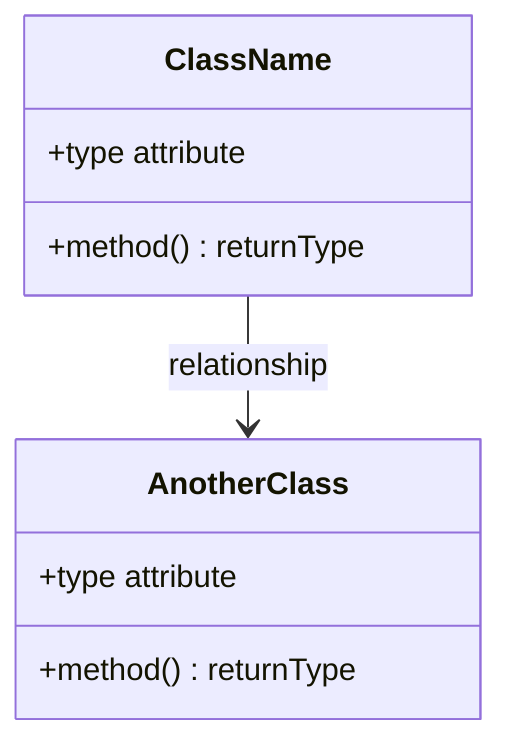
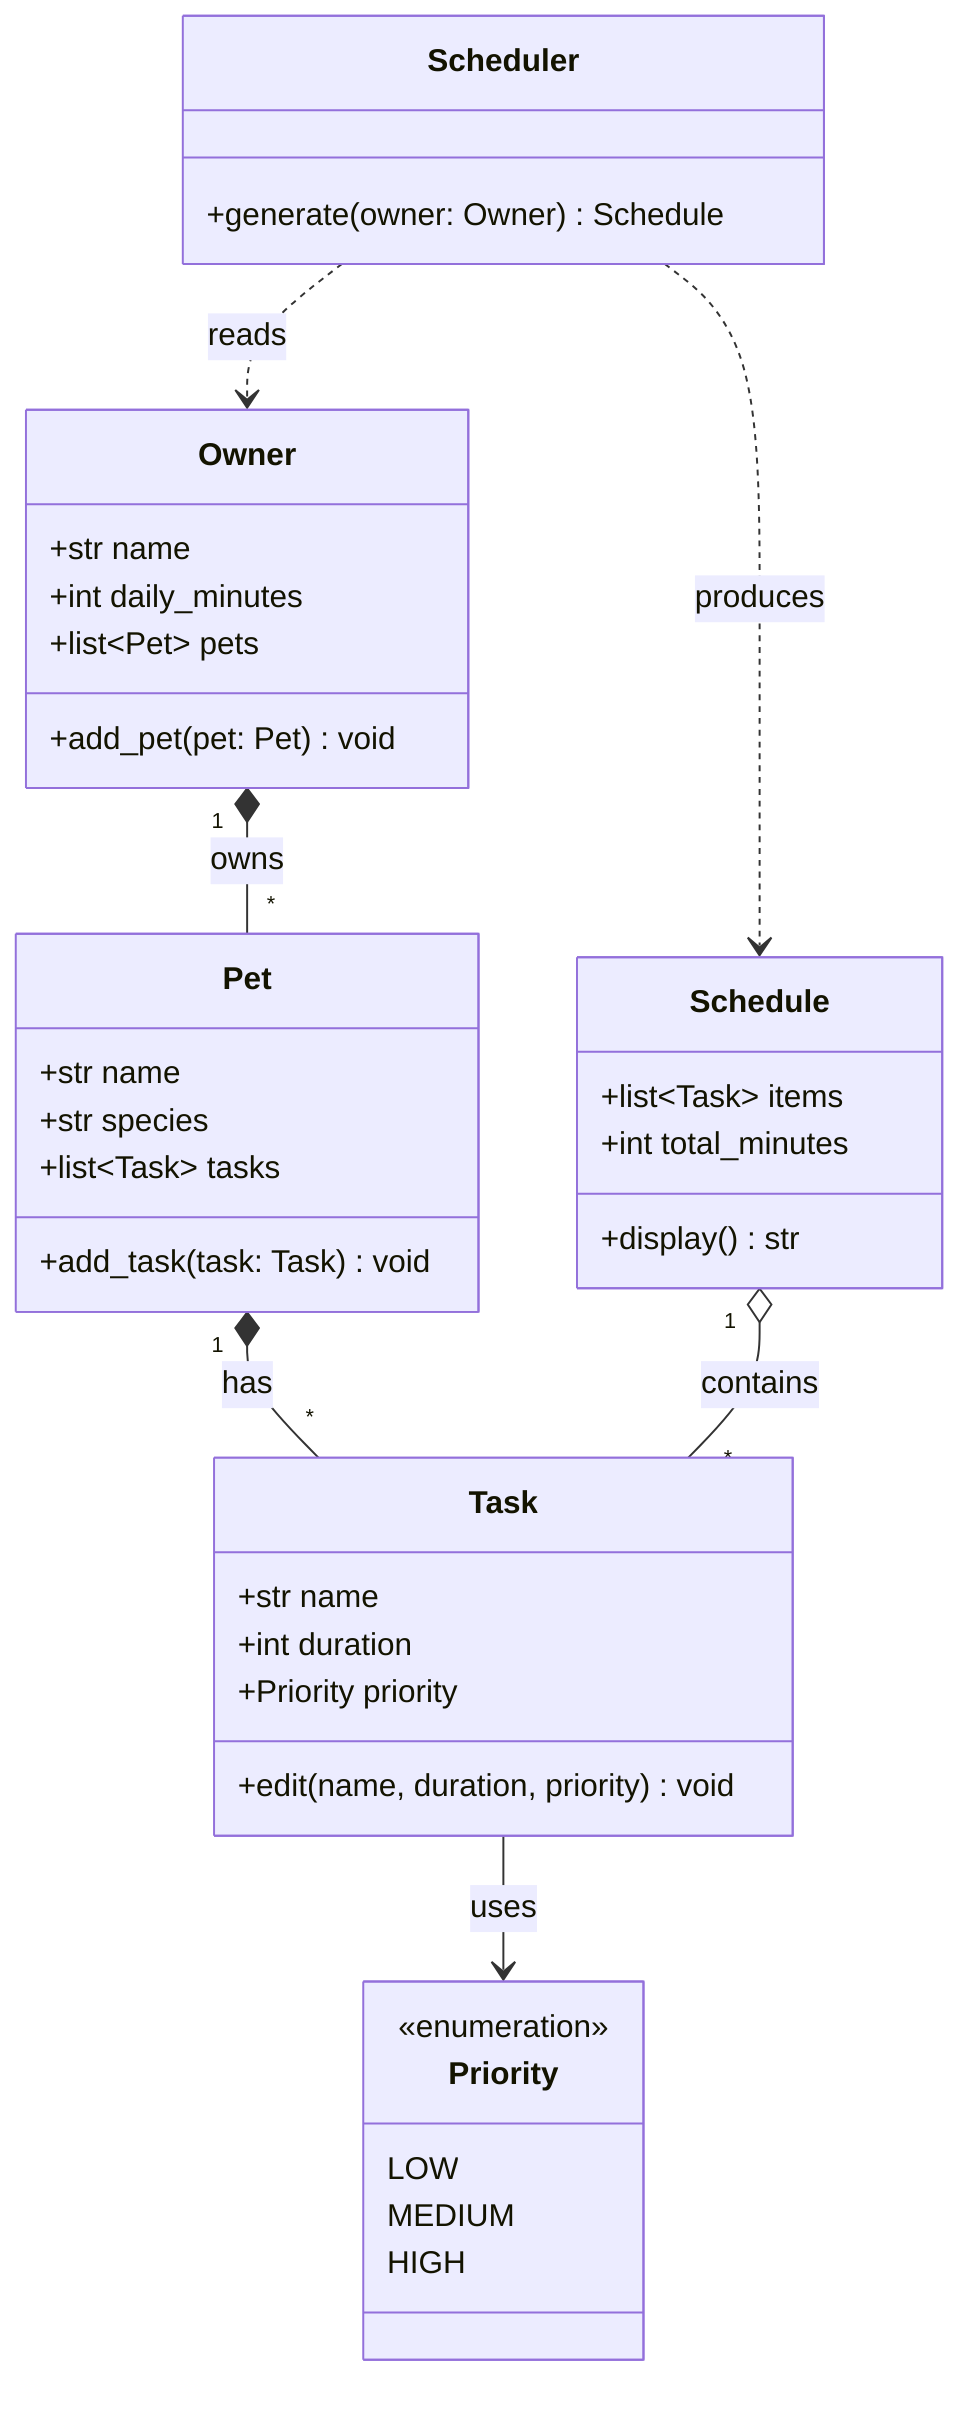
classDiagram
-     %% Replace the placeholders below with your actual classes, attributes, methods, and relationships.
-     %% Keep this file updated so it matches your final implementation.
- 
-     class ClassName {
-         +type attribute
-         +method() returnType
+     class Owner {
+         +str name
+         +int daily_minutes
+         +list~Pet~ pets
+         +add_pet(pet: Pet) void
    }

-     class AnotherClass {
-         +type attribute
-         +method() returnType
+     class Pet {
+         +str name
+         +str species
+         +list~Task~ tasks
+         +add_task(task: Task) void
    }

-     ClassName --> AnotherClass : relationship
+     class Task {
+         +str name
+         +int duration
+         +Priority priority
+         +edit(name, duration, priority) void
+     }
+ 
+     class Priority {
+         <<enumeration>>
+         LOW
+         MEDIUM
+         HIGH
+     }
+ 
+     class Scheduler {
+         +generate(owner: Owner) Schedule
+     }
+ 
+     class Schedule {
+         +list~Task~ items
+         +int total_minutes
+         +display() str
+     }
+ 
+     Owner "1" *-- "*" Pet : owns
+     Pet "1" *-- "*" Task : has
+     Task --> Priority : uses
+     Scheduler ..> Owner : reads
+     Scheduler ..> Schedule : produces
+     Schedule "1" o-- "*" Task : contains
